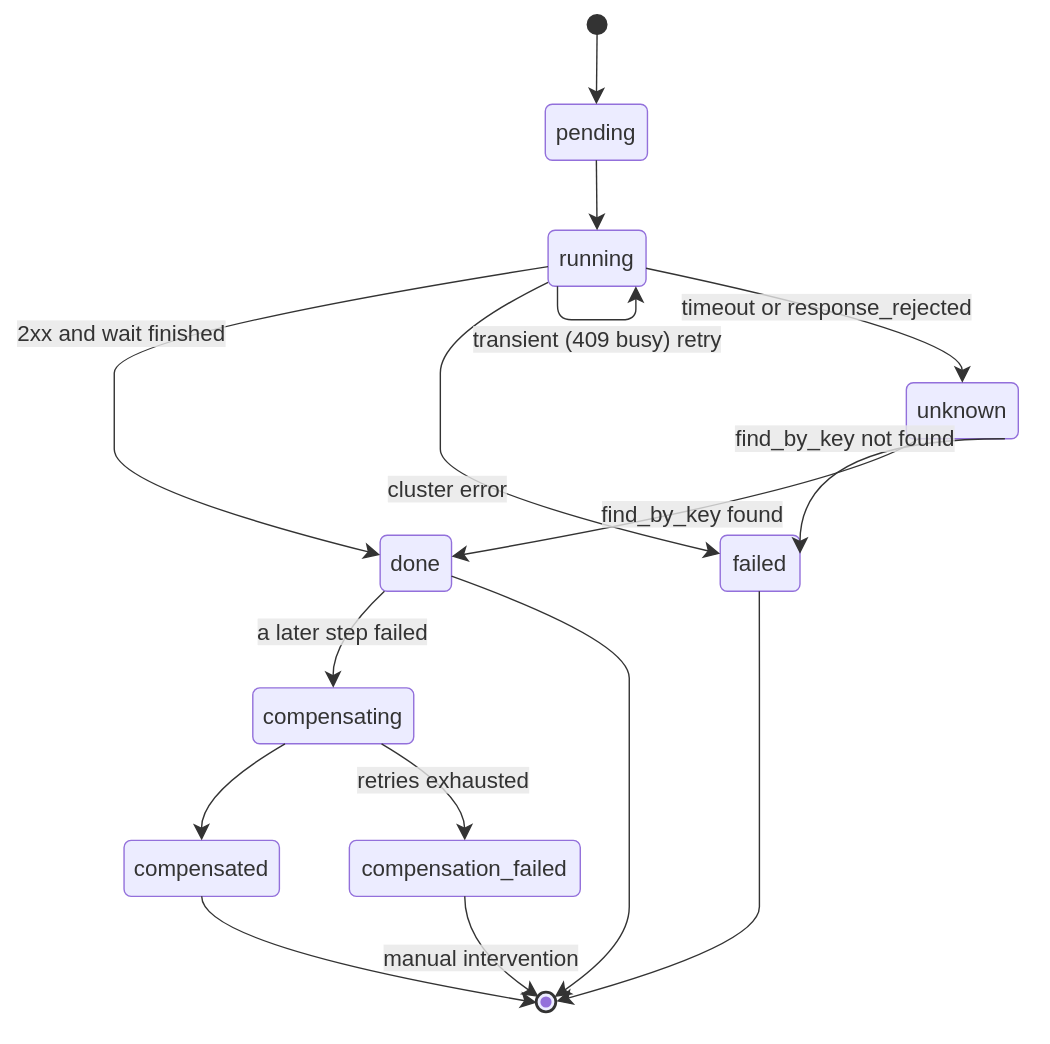
This is docs/dr/diagrams/10-state-step.drawio.svg from EliShteinman/redis-enterprise-services, a draw.io export, as it was before one commit. Source tidied: cells renumbered, new cells last; positions are measured from the earlier drawing's top-left corner, leaving out a move shared by most shapes. The source it was exported from:
```xml
<mxGraphModel>
  <root>
    <mxCell id="0" />
    <mxCell id="1" parent="0" />
    <mxCell id="2" style="ellipse;html=1;fillColor=light-dark(#333333,#cccccc);strokeColor=light-dark(#333333,#cccccc);fontColor=light-dark(#333333,#cccccc);fontFamily=Trebuchet MS,Verdana,Arial,sans-serif;fontSize=16;" parent="1" vertex="1">
      <mxGeometry x="338" width="14" height="14" as="geometry" />
    </mxCell>
    <mxCell id="3" value="pending" style="rounded=1;absoluteArcSize=1;arcSize=10;html=1;whiteSpace=wrap;strokeWidth=1;fillColor=light-dark(#ECECFF,#1f2020);strokeColor=light-dark(#9370DB,#cccccc);fontColor=light-dark(#333333,#cccccc);fontFamily=Trebuchet MS,Verdana,Arial,sans-serif;fontSize=16;" parent="1" vertex="1">
      <mxGeometry x="308" y="64" width="73" height="40" as="geometry" />
    </mxCell>
    <mxCell id="4" value="running" style="rounded=1;absoluteArcSize=1;arcSize=10;html=1;whiteSpace=wrap;strokeWidth=1;fillColor=light-dark(#ECECFF,#1f2020);strokeColor=light-dark(#9370DB,#cccccc);fontColor=light-dark(#333333,#cccccc);fontFamily=Trebuchet MS,Verdana,Arial,sans-serif;fontSize=16;" parent="1" vertex="1">
      <mxGeometry x="310" y="154" width="70" height="40" as="geometry" />
    </mxCell>
    <mxCell id="5" value="done" style="rounded=1;absoluteArcSize=1;arcSize=10;html=1;whiteSpace=wrap;strokeWidth=1;fillColor=light-dark(#ECECFF,#1f2020);strokeColor=light-dark(#9370DB,#cccccc);fontColor=light-dark(#333333,#cccccc);fontFamily=Trebuchet MS,Verdana,Arial,sans-serif;fontSize=16;" parent="1" vertex="1">
      <mxGeometry x="190" y="372" width="51" height="40" as="geometry" />
    </mxCell>
    <mxCell id="6" value="failed" style="rounded=1;absoluteArcSize=1;arcSize=10;html=1;whiteSpace=wrap;strokeWidth=1;fillColor=light-dark(#ECECFF,#1f2020);strokeColor=light-dark(#9370DB,#cccccc);fontColor=light-dark(#333333,#cccccc);fontFamily=Trebuchet MS,Verdana,Arial,sans-serif;fontSize=16;" parent="1" vertex="1">
      <mxGeometry x="433" y="372" width="57" height="40" as="geometry" />
    </mxCell>
    <mxCell id="7" value="unknown" style="rounded=1;absoluteArcSize=1;arcSize=10;html=1;whiteSpace=wrap;strokeWidth=1;fillColor=light-dark(#ECECFF,#1f2020);strokeColor=light-dark(#9370DB,#cccccc);fontColor=light-dark(#333333,#cccccc);fontFamily=Trebuchet MS,Verdana,Arial,sans-serif;fontSize=16;" parent="1" vertex="1">
      <mxGeometry x="566" y="263" width="80" height="40" as="geometry" />
    </mxCell>
    <mxCell id="8" value="compensating" style="rounded=1;absoluteArcSize=1;arcSize=10;html=1;whiteSpace=wrap;strokeWidth=1;fillColor=light-dark(#ECECFF,#1f2020);strokeColor=light-dark(#9370DB,#cccccc);fontColor=light-dark(#333333,#cccccc);fontFamily=Trebuchet MS,Verdana,Arial,sans-serif;fontSize=16;" parent="1" vertex="1">
      <mxGeometry x="99" y="481" width="115" height="40" as="geometry" />
    </mxCell>
    <mxCell id="9" value="compensated" style="rounded=1;absoluteArcSize=1;arcSize=10;html=1;whiteSpace=wrap;strokeWidth=1;fillColor=light-dark(#ECECFF,#1f2020);strokeColor=light-dark(#9370DB,#cccccc);fontColor=light-dark(#333333,#cccccc);fontFamily=Trebuchet MS,Verdana,Arial,sans-serif;fontSize=16;" parent="1" vertex="1">
      <mxGeometry x="7" y="590" width="111" height="40" as="geometry" />
    </mxCell>
    <mxCell id="10" value="compensation_failed" style="rounded=1;absoluteArcSize=1;arcSize=10;html=1;whiteSpace=wrap;strokeWidth=1;fillColor=light-dark(#ECECFF,#1f2020);strokeColor=light-dark(#9370DB,#cccccc);fontColor=light-dark(#333333,#cccccc);fontFamily=Trebuchet MS,Verdana,Arial,sans-serif;fontSize=16;" parent="1" vertex="1">
      <mxGeometry x="168" y="590" width="165" height="40" as="geometry" />
    </mxCell>
    <mxCell id="11" style="ellipse;html=1;fillColor=light-dark(#ECECFF,#1f2020);strokeColor=light-dark(#333333,#cccccc);strokeWidth=2;centerRadius=4;centerColor=light-dark(#9370DB,#cccccc);fontColor=light-dark(#333333,#cccccc);fontFamily=Trebuchet MS,Verdana,Arial,sans-serif;fontSize=16;" parent="1" vertex="1">
      <mxGeometry x="302" y="699" width="14" height="14" as="geometry" />
    </mxCell>
    <mxCell id="12" style="curved=1;startArrow=none;endArrow=classic;endSize=9;fillColor=none;strokeColor=light-dark(#333333,#cccccc);exitX=0.5;exitY=1;entryX=0.5;entryY=0;" parent="1" edge="1" source="2" target="3">
      <mxGeometry relative="1" as="geometry" />
    </mxCell>
    <mxCell id="13" style="curved=1;startArrow=none;endArrow=classic;endSize=9;fillColor=none;strokeColor=light-dark(#333333,#cccccc);exitX=0.5;exitY=1;entryX=0.5;entryY=0;" parent="1" edge="1" source="3" target="4">
      <mxGeometry relative="1" as="geometry" />
    </mxCell>
    <mxCell id="14" value="2xx and wait finished" style="curved=1;startArrow=none;endArrow=classic;endSize=9;fillColor=none;strokeColor=light-dark(#333333,#cccccc);html=1;fontSize=16;labelBackgroundColor=#E8E8E88D;fontFamily=Trebuchet MS,Verdana,Arial,sans-serif;fontColor=light-dark(#333333,#cccccc);exitX=0;exitY=0.65;entryX=0;entryY=0.35;" parent="1" edge="1" source="4" target="5">
      <mxGeometry relative="1" as="geometry">
        <Array as="points">
          <mxPoint y="229" />
          <mxPoint y="283" />
          <mxPoint y="338" />
        </Array>
      </mxGeometry>
    </mxCell>
    <mxCell id="15" value="cluster error" style="curved=1;startArrow=none;endArrow=classic;endSize=9;fillColor=none;strokeColor=light-dark(#333333,#cccccc);html=1;fontSize=16;labelBackgroundColor=#E8E8E88D;fontFamily=Trebuchet MS,Verdana,Arial,sans-serif;fontColor=light-dark(#333333,#cccccc);exitX=0;exitY=0.93;entryX=0;entryY=0.33;" parent="1" edge="1" source="4" target="6">
      <mxGeometry relative="1" as="geometry">
        <Array as="points">
          <mxPoint x="233" y="229" />
          <mxPoint x="233" y="283" />
          <mxPoint x="233" y="338" />
        </Array>
      </mxGeometry>
    </mxCell>
    <mxCell id="16" value="transient (409 busy) retry" style="startArrow=none;endArrow=classic;endSize=9;fillColor=none;strokeColor=light-dark(#333333,#cccccc);html=1;fontSize=16;labelBackgroundColor=#E8E8E88D;fontFamily=Trebuchet MS,Verdana,Arial,sans-serif;fontColor=light-dark(#333333,#cccccc);curved=0;rounded=1;arcSize=20;exitX=0.096;exitY=1;entryX=0.896;entryY=1;" parent="1" edge="1" source="4" target="4">
      <mxGeometry relative="1" as="geometry">
        <Array as="points">
          <mxPoint x="316.8" y="218" />
          <mxPoint x="372.8" y="218" />
        </Array>
        <mxPoint y="14" as="offset" />
      </mxGeometry>
    </mxCell>
    <mxCell id="17" value="timeout or response_rejected" style="curved=1;startArrow=none;endArrow=classic;endSize=9;fillColor=none;strokeColor=light-dark(#333333,#cccccc);html=1;fontSize=16;labelBackgroundColor=#E8E8E88D;fontFamily=Trebuchet MS,Verdana,Arial,sans-serif;fontColor=light-dark(#333333,#cccccc);exitX=1;exitY=0.68;entryX=0.5;entryY=0;" parent="1" edge="1" source="4" target="7">
      <mxGeometry relative="1" as="geometry">
        <Array as="points">
          <mxPoint x="606" y="229" />
        </Array>
      </mxGeometry>
    </mxCell>
    <mxCell id="18" value="find_by_key found" style="curved=1;startArrow=none;endArrow=classic;endSize=9;fillColor=none;strokeColor=light-dark(#333333,#cccccc);html=1;fontSize=16;labelBackgroundColor=#E8E8E88D;fontFamily=Trebuchet MS,Verdana,Arial,sans-serif;fontColor=light-dark(#333333,#cccccc);exitX=0.11;exitY=1;entryX=1;entryY=0.38;" parent="1" edge="1" source="7" target="5">
      <mxGeometry relative="1" as="geometry">
        <Array as="points">
          <mxPoint x="522" y="338" />
        </Array>
      </mxGeometry>
    </mxCell>
    <mxCell id="19" value="find_by_key not found" style="curved=1;startArrow=none;endArrow=classic;endSize=9;fillColor=none;strokeColor=light-dark(#333333,#cccccc);html=1;fontSize=16;labelBackgroundColor=#E8E8E88D;fontFamily=Trebuchet MS,Verdana,Arial,sans-serif;fontColor=light-dark(#333333,#cccccc);exitX=0.88;exitY=1;entryX=1;entryY=0.33;" parent="1" edge="1" source="7" target="6">
      <mxGeometry relative="1" as="geometry">
        <Array as="points">
          <mxPoint x="490" y="303" />
        </Array>
      </mxGeometry>
    </mxCell>
    <mxCell id="20" value="a later step failed" style="curved=1;startArrow=none;endArrow=classic;endSize=9;fillColor=none;strokeColor=light-dark(#333333,#cccccc);html=1;fontSize=16;labelBackgroundColor=#E8E8E88D;fontFamily=Trebuchet MS,Verdana,Arial,sans-serif;fontColor=light-dark(#333333,#cccccc);exitX=0.06;exitY=1;entryX=0.5;entryY=0;" parent="1" edge="1" source="5" target="8">
      <mxGeometry relative="1" as="geometry">
        <Array as="points">
          <mxPoint x="156" y="447" />
        </Array>
      </mxGeometry>
    </mxCell>
    <mxCell id="21" style="curved=1;startArrow=none;endArrow=classic;endSize=9;fillColor=none;strokeColor=light-dark(#333333,#cccccc);exitX=0.2;exitY=1;entryX=0.5;entryY=0;" parent="1" edge="1" source="8" target="9">
      <mxGeometry relative="1" as="geometry">
        <Array as="points">
          <mxPoint x="62" y="556" />
        </Array>
      </mxGeometry>
    </mxCell>
    <mxCell id="22" value="retries exhausted" style="curved=1;startArrow=none;endArrow=classic;endSize=9;fillColor=none;strokeColor=light-dark(#333333,#cccccc);html=1;fontSize=16;labelBackgroundColor=#E8E8E88D;fontFamily=Trebuchet MS,Verdana,Arial,sans-serif;fontColor=light-dark(#333333,#cccccc);exitX=0.8;exitY=1;entryX=0.5;entryY=0;" parent="1" edge="1" source="8" target="10">
      <mxGeometry relative="1" as="geometry">
        <Array as="points">
          <mxPoint x="250" y="556" />
        </Array>
      </mxGeometry>
    </mxCell>
    <mxCell id="23" style="curved=1;startArrow=none;endArrow=classic;endSize=9;fillColor=none;strokeColor=light-dark(#333333,#cccccc);exitX=0.5;exitY=1;entryX=0;entryY=0.43;" parent="1" edge="1" source="9" target="11">
      <mxGeometry relative="1" as="geometry">
        <Array as="points">
          <mxPoint x="62" y="665" />
        </Array>
      </mxGeometry>
    </mxCell>
    <mxCell id="24" style="curved=1;startArrow=none;endArrow=classic;endSize=9;fillColor=none;strokeColor=light-dark(#333333,#cccccc);exitX=1;exitY=0.73;entryX=1;entryY=0.14;" parent="1" edge="1" source="5" target="11">
      <mxGeometry relative="1" as="geometry">
        <Array as="points">
          <mxPoint x="368" y="447" />
          <mxPoint x="368" y="501" />
          <mxPoint x="368" y="556" />
          <mxPoint x="368" y="610" />
          <mxPoint x="368" y="665" />
        </Array>
      </mxGeometry>
    </mxCell>
    <mxCell id="25" style="curved=1;startArrow=none;endArrow=classic;endSize=9;fillColor=none;strokeColor=light-dark(#333333,#cccccc);exitX=0.49;exitY=1;entryX=1;entryY=0.36;" parent="1" edge="1" source="6" target="11">
      <mxGeometry relative="1" as="geometry">
        <Array as="points">
          <mxPoint x="461" y="447" />
          <mxPoint x="461" y="501" />
          <mxPoint x="461" y="556" />
          <mxPoint x="461" y="610" />
          <mxPoint x="461" y="665" />
        </Array>
      </mxGeometry>
    </mxCell>
    <mxCell id="26" value="manual intervention" style="curved=1;startArrow=none;endArrow=classic;endSize=9;fillColor=none;strokeColor=light-dark(#333333,#cccccc);html=1;fontSize=16;labelBackgroundColor=#E8E8E88D;fontFamily=Trebuchet MS,Verdana,Arial,sans-serif;fontColor=light-dark(#333333,#cccccc);exitX=0.5;exitY=1;entryX=0;entryY=0.14;" parent="1" edge="1" source="10" target="11">
      <mxGeometry relative="1" as="geometry">
        <Array as="points">
          <mxPoint x="250" y="665" />
        </Array>
      </mxGeometry>
    </mxCell>
  </root>
</mxGraphModel>
```
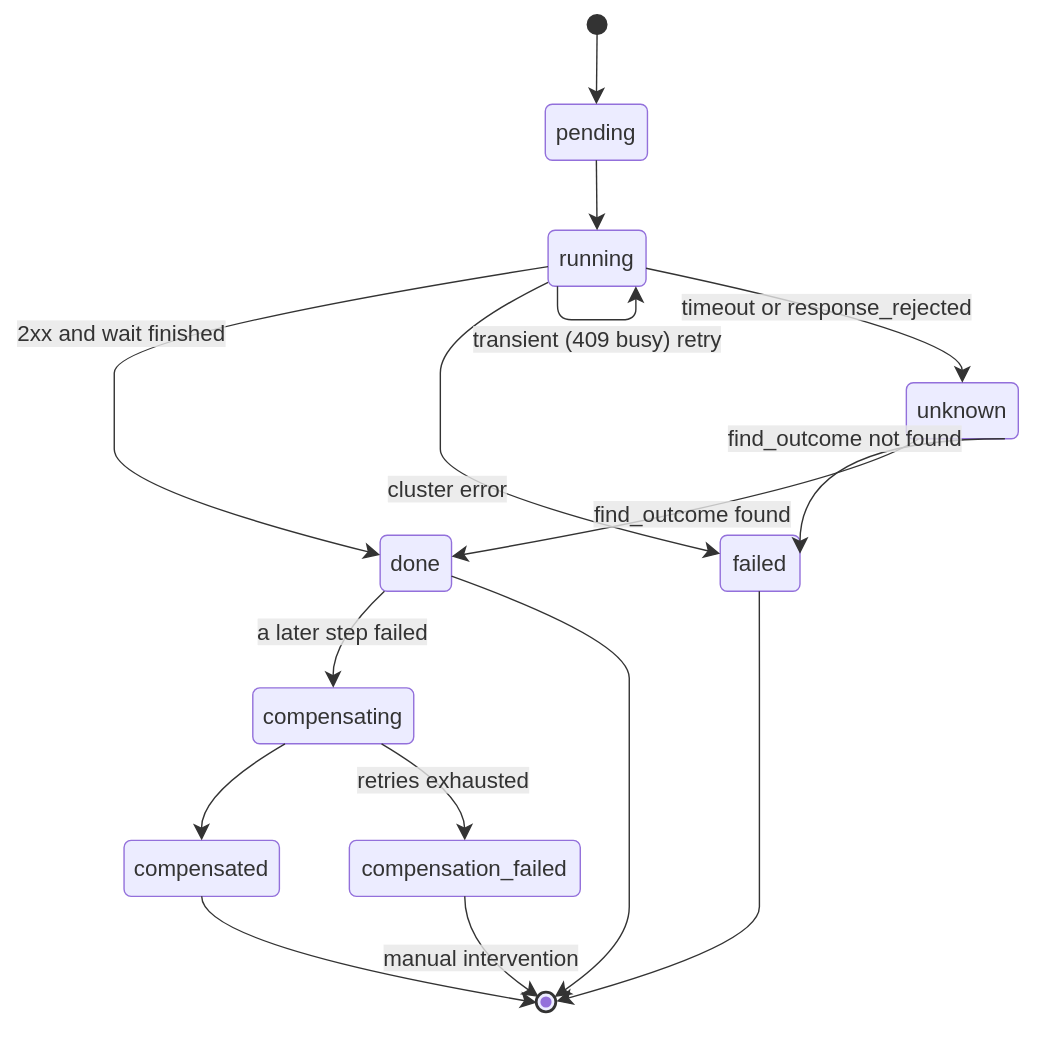
Above is the later version.

What changed in the source:
```diff
@@ -72,14 +72,14 @@
         </Array>
       </mxGeometry>
     </mxCell>
-    <mxCell id="18" value="find_by_key found" style="curved=1;startArrow=none;endArrow=classic;endSize=9;fillColor=none;strokeColor=light-dark(#333333,#cccccc);html=1;fontSize=16;labelBackgroundColor=#E8E8E88D;fontFamily=Trebuchet MS,Verdana,Arial,sans-serif;fontColor=light-dark(#333333,#cccccc);exitX=0.11;exitY=1;entryX=1;entryY=0.38;" parent="1" edge="1" source="7" target="5">
+    <mxCell id="18" value="find_outcome found" style="curved=1;startArrow=none;endArrow=classic;endSize=9;fillColor=none;strokeColor=light-dark(#333333,#cccccc);html=1;fontSize=16;labelBackgroundColor=#E8E8E88D;fontFamily=Trebuchet MS,Verdana,Arial,sans-serif;fontColor=light-dark(#333333,#cccccc);exitX=0.11;exitY=1;entryX=1;entryY=0.38;" parent="1" edge="1" source="7" target="5">
       <mxGeometry relative="1" as="geometry">
         <Array as="points">
           <mxPoint x="522" y="338" />
         </Array>
       </mxGeometry>
     </mxCell>
-    <mxCell id="19" value="find_by_key not found" style="curved=1;startArrow=none;endArrow=classic;endSize=9;fillColor=none;strokeColor=light-dark(#333333,#cccccc);html=1;fontSize=16;labelBackgroundColor=#E8E8E88D;fontFamily=Trebuchet MS,Verdana,Arial,sans-serif;fontColor=light-dark(#333333,#cccccc);exitX=0.88;exitY=1;entryX=1;entryY=0.33;" parent="1" edge="1" source="7" target="6">
+    <mxCell id="19" value="find_outcome not found" style="curved=1;startArrow=none;endArrow=classic;endSize=9;fillColor=none;strokeColor=light-dark(#333333,#cccccc);html=1;fontSize=16;labelBackgroundColor=#E8E8E88D;fontFamily=Trebuchet MS,Verdana,Arial,sans-serif;fontColor=light-dark(#333333,#cccccc);exitX=0.88;exitY=1;entryX=1;entryY=0.33;" parent="1" edge="1" source="7" target="6">
       <mxGeometry relative="1" as="geometry">
         <Array as="points">
           <mxPoint x="490" y="303" />
```
